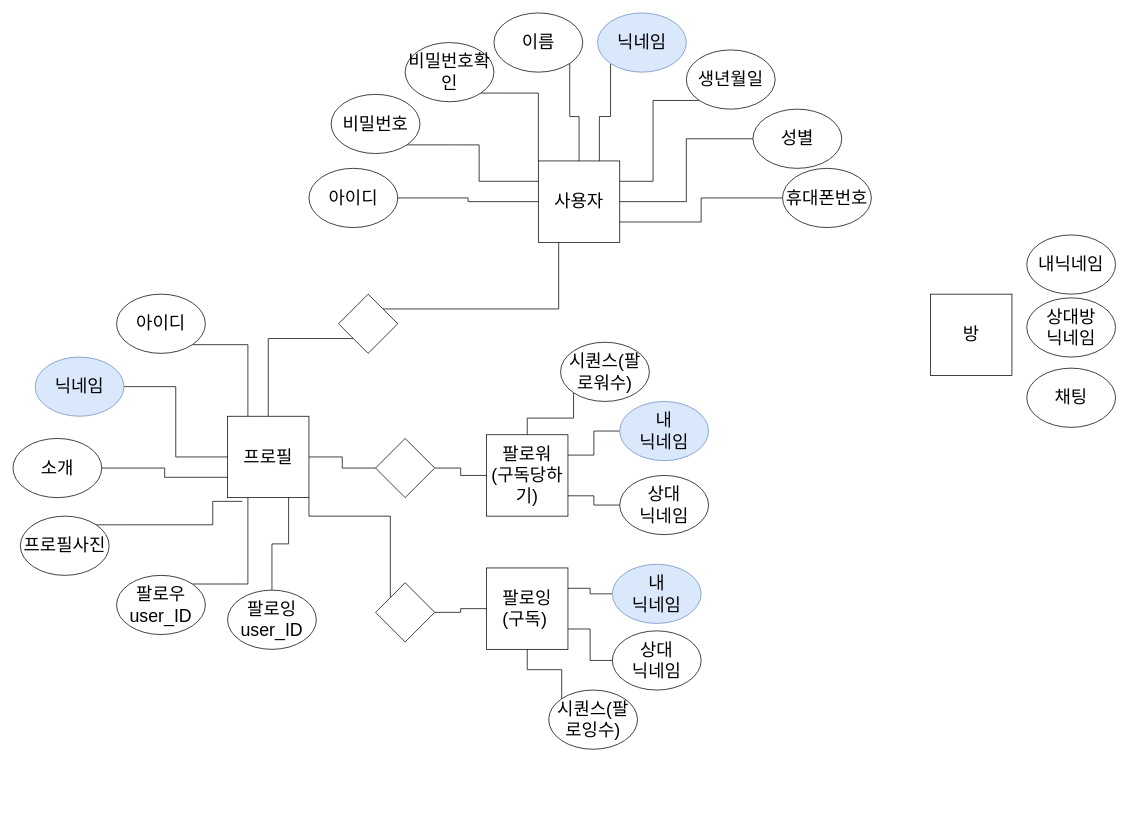
Before: Untitled Diagram.drawio in DHMaeng/DB, a draw.io diagram. Source tidied: cells renumbered, new cells numbered last; positions are measured from the earlier drawing's top-left corner, leaving out a move shared by most shapes. Both pictures are drawn from the tidied source at 74%, with x=0, y=0 at pixel (13, 13).
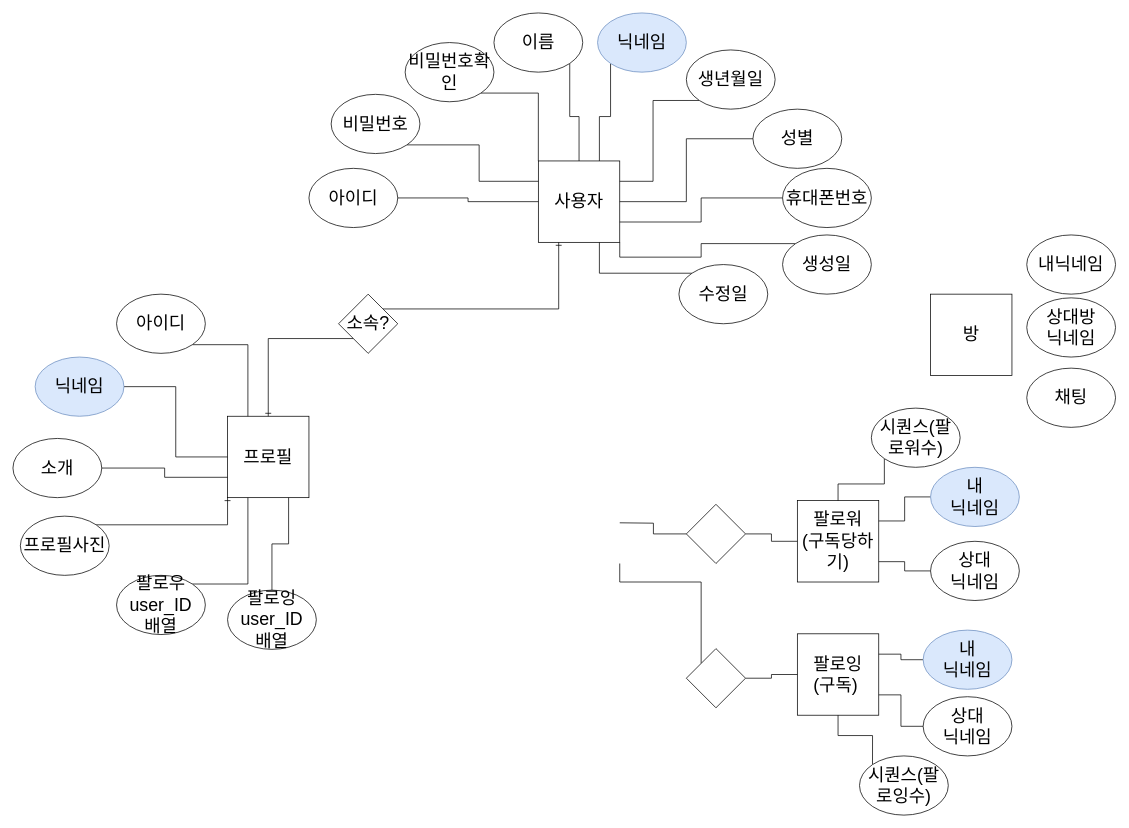
After the change.

Unchanged cells that the change refers to:
```xml
<mxCell id="2" value="&lt;span style=&quot;font-size: 24px&quot;&gt;사용자&lt;/span&gt;" style="whiteSpace=wrap;html=1;" parent="1" vertex="1">
  <mxGeometry x="710" y="200" width="110" height="110" as="geometry" />
</mxCell>
<mxCell id="21" value="&lt;span style=&quot;font-size: 24px&quot;&gt;프로필&lt;br&gt;&lt;/span&gt;" style="whiteSpace=wrap;html=1;" parent="1" vertex="1">
  <mxGeometry x="290" y="545" width="110" height="110" as="geometry" />
</mxCell>
<mxCell id="40" value="&lt;font style=&quot;font-size: 24px&quot;&gt;프로필사진&lt;/font&gt;" style="ellipse;whiteSpace=wrap;html=1;" parent="1" vertex="1">
  <mxGeometry x="10" y="680" width="120" height="80" as="geometry" />
</mxCell>
```

What changed in the source:
```diff
@@
-    <mxCell id="19" style="edgeStyle=orthogonalEdgeStyle;rounded=0;jettySize=auto;html=1;exitX=1;exitY=0.5;exitDx=0;exitDy=0;entryX=0;entryY=0.5;entryDx=0;entryDy=0;endArrow=none;endFill=0;" parent="1" edge="1" source="21" target="46">
-      <mxGeometry relative="1" as="geometry" />
-    </mxCell>
-    <mxCell id="20" style="edgeStyle=orthogonalEdgeStyle;rounded=0;jettySize=auto;html=1;exitX=1;exitY=1;exitDx=0;exitDy=0;entryX=0;entryY=0;entryDx=0;entryDy=0;endArrow=none;endFill=0;" parent="1" edge="1" source="21" target="48">
-      <mxGeometry relative="1" as="geometry">
-        <Array as="points">
-          <mxPoint x="400" y="680" />
-          <mxPoint x="510" y="680" />
-        </Array>
-      </mxGeometry>
-    </mxCell>
@@
-    <mxCell id="26" style="edgeStyle=orthogonalEdgeStyle;rounded=0;jettySize=auto;html=1;exitX=1;exitY=0;exitDx=0;exitDy=0;entryX=0.25;entryY=1;entryDx=0;entryDy=0;endArrow=none;endFill=0;" parent="1" edge="1" source="28" target="2">
+    <mxCell id="26" style="edgeStyle=orthogonalEdgeStyle;rounded=0;jettySize=auto;html=1;exitX=1;exitY=0;exitDx=0;exitDy=0;entryX=0.25;entryY=1;entryDx=0;entryDy=0;endArrow=ERone;endFill=0;" parent="1" edge="1" source="28" target="2">
       <mxGeometry relative="1" as="geometry" />
     </mxCell>
-    <mxCell id="27" style="edgeStyle=orthogonalEdgeStyle;rounded=0;jettySize=auto;html=1;exitX=0;exitY=1;exitDx=0;exitDy=0;entryX=0.5;entryY=0;entryDx=0;entryDy=0;endArrow=none;endFill=0;" parent="1" edge="1" source="28" target="21">
+    <mxCell id="27" style="edgeStyle=orthogonalEdgeStyle;rounded=0;jettySize=auto;html=1;exitX=0;exitY=1;exitDx=0;exitDy=0;entryX=0.5;entryY=0;entryDx=0;entryDy=0;endArrow=ERone;endFill=0;" parent="1" edge="1" source="28" target="21">
       <mxGeometry relative="1" as="geometry" />
     </mxCell>
-    <mxCell id="28" style="rhombus;whiteSpace=wrap;html=1;" parent="1" vertex="1">
+    <mxCell id="28" value="&lt;font style=&quot;font-size: 24px&quot;&gt;소속?&lt;/font&gt;" style="rhombus;whiteSpace=wrap;html=1;" parent="1" vertex="1">
       <mxGeometry x="440" y="380" width="80" height="80" as="geometry" />
     </mxCell>
-    <mxCell id="29" value="&lt;span style=&quot;font-size: 24px&quot;&gt;팔로워&lt;br&gt;(구독당하기)&lt;br&gt;&lt;/span&gt;" style="whiteSpace=wrap;html=1;" parent="1" vertex="1">
-      <mxGeometry x="640" y="570" width="110" height="110" as="geometry" />
-    </mxCell>
-    <mxCell id="30" value="&lt;div style=&quot;text-align: left&quot;&gt;&lt;span style=&quot;font-size: 24px&quot;&gt;팔로잉&lt;/span&gt;&lt;/div&gt;&lt;div style=&quot;text-align: left&quot;&gt;&lt;span style=&quot;font-size: 24px&quot;&gt;(구독)&lt;/span&gt;&lt;/div&gt;" style="whiteSpace=wrap;html=1;" parent="1" vertex="1">
-      <mxGeometry x="640" y="750" width="110" height="110" as="geometry" />
-    </mxCell>
-    <mxCell id="31" style="edgeStyle=orthogonalEdgeStyle;rounded=0;jettySize=auto;html=1;exitX=0;exitY=0.5;exitDx=0;exitDy=0;entryX=1;entryY=0.25;entryDx=0;entryDy=0;endArrow=none;endFill=0;" parent="1" edge="1" source="32" target="29">
-      <mxGeometry relative="1" as="geometry" />
-    </mxCell>
-    <mxCell id="32" value="&lt;span style=&quot;font-size: 24px&quot;&gt;내&lt;br&gt;닉네임&lt;/span&gt;" style="ellipse;whiteSpace=wrap;html=1;fillColor=#dae8fc;strokeColor=#6c8ebf;" parent="1" vertex="1">
-      <mxGeometry x="820" y="525" width="120" height="80" as="geometry" />
-    </mxCell>
-    <mxCell id="33" style="edgeStyle=orthogonalEdgeStyle;rounded=0;jettySize=auto;html=1;exitX=0;exitY=0.5;exitDx=0;exitDy=0;entryX=1;entryY=0.75;entryDx=0;entryDy=0;endArrow=none;endFill=0;" parent="1" edge="1" source="34" target="29">
-      <mxGeometry relative="1" as="geometry" />
-    </mxCell>
-    <mxCell id="34" value="&lt;span style=&quot;font-size: 24px&quot;&gt;상대&lt;br&gt;닉네임&lt;/span&gt;" style="ellipse;whiteSpace=wrap;html=1;" parent="1" vertex="1">
-      <mxGeometry x="820" y="625" width="120" height="80" as="geometry" />
-    </mxCell>
-    <mxCell id="35" style="edgeStyle=orthogonalEdgeStyle;rounded=0;jettySize=auto;html=1;exitX=0;exitY=0.5;exitDx=0;exitDy=0;entryX=1;entryY=0.25;entryDx=0;entryDy=0;endArrow=none;endFill=0;" parent="1" edge="1" source="36" target="30">
-      <mxGeometry relative="1" as="geometry" />
-    </mxCell>
-    <mxCell id="36" value="&lt;span style=&quot;font-size: 24px&quot;&gt;내&lt;br&gt;닉네임&lt;/span&gt;" style="ellipse;whiteSpace=wrap;html=1;fillColor=#dae8fc;strokeColor=#6c8ebf;" parent="1" vertex="1">
-      <mxGeometry x="810" y="745" width="120" height="80" as="geometry" />
-    </mxCell>
-    <mxCell id="37" style="edgeStyle=orthogonalEdgeStyle;rounded=0;jettySize=auto;html=1;exitX=0;exitY=0.5;exitDx=0;exitDy=0;entryX=1;entryY=0.75;entryDx=0;entryDy=0;endArrow=none;endFill=0;" parent="1" edge="1" source="38" target="30">
-      <mxGeometry relative="1" as="geometry" />
-    </mxCell>
-    <mxCell id="38" value="&lt;span style=&quot;font-size: 24px&quot;&gt;상대&lt;br&gt;닉네임&lt;/span&gt;" style="ellipse;whiteSpace=wrap;html=1;" parent="1" vertex="1">
-      <mxGeometry x="810" y="835" width="120" height="80" as="geometry" />
-    </mxCell>
-    <mxCell id="39" style="edgeStyle=orthogonalEdgeStyle;rounded=0;jettySize=auto;html=1;exitX=1;exitY=0;exitDx=0;exitDy=0;endArrow=none;endFill=0;" parent="1" edge="1" source="40">
-      <mxGeometry relative="1" as="geometry">
-        <mxPoint x="310" y="660" as="targetPoint" />
-        <Array as="points">
-          <mxPoint x="270" y="692" />
-          <mxPoint x="270" y="660" />
-        </Array>
-      </mxGeometry>
-    </mxCell>
+    <mxCell id="59" style="edgeStyle=orthogonalEdgeStyle;rounded=0;jettySize=auto;html=1;exitX=1;exitY=0;exitDx=0;exitDy=0;entryX=0;entryY=1;entryDx=0;entryDy=0;endArrow=ERone;endFill=0;" parent="1" edge="1" source="40" target="21">
+      <mxGeometry relative="1" as="geometry" />
+    </mxCell>
@@
-    <mxCell id="41" style="edgeStyle=orthogonalEdgeStyle;rounded=0;jettySize=auto;html=1;exitX=0;exitY=1;exitDx=0;exitDy=0;endArrow=none;endFill=0;entryX=0.5;entryY=0;entryDx=0;entryDy=0;" parent="1" edge="1" source="42" target="29">
-      <mxGeometry relative="1" as="geometry" />
-    </mxCell>
-    <mxCell id="42" value="&lt;span style=&quot;font-size: 24px&quot;&gt;시퀀스(팔로워수)&lt;/span&gt;" style="ellipse;whiteSpace=wrap;html=1;" parent="1" vertex="1">
-      <mxGeometry x="740" y="445" width="120" height="80" as="geometry" />
-    </mxCell>
-    <mxCell id="43" style="edgeStyle=orthogonalEdgeStyle;rounded=0;jettySize=auto;html=1;exitX=0;exitY=0;exitDx=0;exitDy=0;entryX=0.5;entryY=1;entryDx=0;entryDy=0;endArrow=none;endFill=0;" parent="1" edge="1" source="44" target="30">
-      <mxGeometry relative="1" as="geometry" />
-    </mxCell>
-    <mxCell id="44" value="&lt;span style=&quot;font-size: 24px&quot;&gt;시퀀스(팔로잉수)&lt;/span&gt;" style="ellipse;whiteSpace=wrap;html=1;" parent="1" vertex="1">
-      <mxGeometry x="724" y="915" width="120" height="80" as="geometry" />
-    </mxCell>
-    <mxCell id="45" style="edgeStyle=orthogonalEdgeStyle;rounded=0;jettySize=auto;html=1;exitX=1;exitY=0.5;exitDx=0;exitDy=0;entryX=0;entryY=0.5;entryDx=0;entryDy=0;endArrow=none;endFill=0;" parent="1" edge="1" source="46" target="29">
-      <mxGeometry relative="1" as="geometry" />
-    </mxCell>
-    <mxCell id="46" style="rhombus;whiteSpace=wrap;html=1;" parent="1" vertex="1">
-      <mxGeometry x="490" y="575" width="80" height="80" as="geometry" />
-    </mxCell>
-    <mxCell id="47" style="edgeStyle=orthogonalEdgeStyle;rounded=0;jettySize=auto;html=1;exitX=1;exitY=0.5;exitDx=0;exitDy=0;entryX=0;entryY=0.5;entryDx=0;entryDy=0;endArrow=none;endFill=0;" parent="1" edge="1" source="48" target="30">
-      <mxGeometry relative="1" as="geometry" />
-    </mxCell>
-    <mxCell id="48" style="rhombus;whiteSpace=wrap;html=1;" parent="1" vertex="1">
-      <mxGeometry x="490" y="770" width="80" height="80" as="geometry" />
-    </mxCell>
@@
-    <mxCell id="56" value="&lt;span style=&quot;font-size: 24px&quot;&gt;팔로우 user_ID&lt;/span&gt;" style="ellipse;whiteSpace=wrap;html=1;" parent="1" vertex="1">
+    <mxCell id="56" value="&lt;span style=&quot;font-size: 24px&quot;&gt;팔로우 user_ID&lt;br&gt;배열&lt;br&gt;&lt;/span&gt;" style="ellipse;whiteSpace=wrap;html=1;" parent="1" vertex="1">
       <mxGeometry x="140" y="760" width="120" height="80" as="geometry" />
     </mxCell>
@@
-    <mxCell id="58" value="&lt;span style=&quot;font-size: 24px&quot;&gt;팔로잉 user_ID&lt;/span&gt;" style="ellipse;whiteSpace=wrap;html=1;" parent="1" vertex="1">
+    <mxCell id="58" value="&lt;span style=&quot;font-size: 24px&quot;&gt;팔로잉 user_ID&lt;br&gt;배열&lt;br&gt;&lt;/span&gt;" style="ellipse;whiteSpace=wrap;html=1;" parent="1" vertex="1">
       <mxGeometry x="290" y="780" width="120" height="80" as="geometry" />
     </mxCell>
+    <mxCell id="60" style="edgeStyle=orthogonalEdgeStyle;rounded=0;jettySize=auto;html=1;exitX=1;exitY=0.5;exitDx=0;exitDy=0;entryX=0;entryY=0.5;entryDx=0;entryDy=0;endArrow=none;endFill=0;" parent="1" edge="1" target="71">
+      <mxGeometry relative="1" as="geometry">
+        <mxPoint x="820" y="689" as="sourcePoint" />
+      </mxGeometry>
+    </mxCell>
+    <mxCell id="61" style="edgeStyle=orthogonalEdgeStyle;rounded=0;jettySize=auto;html=1;exitX=1;exitY=1;exitDx=0;exitDy=0;entryX=0;entryY=0;entryDx=0;entryDy=0;endArrow=none;endFill=0;" parent="1" edge="1" target="73">
+      <mxGeometry relative="1" as="geometry">
+        <mxPoint x="820" y="744" as="sourcePoint" />
+        <Array as="points">
+          <mxPoint x="820" y="769" />
+          <mxPoint x="930" y="769" />
+        </Array>
+      </mxGeometry>
+    </mxCell>
+    <mxCell id="29" value="&lt;span style=&quot;font-size: 24px&quot;&gt;팔로워&lt;br&gt;(구독당하기)&lt;br&gt;&lt;/span&gt;" style="whiteSpace=wrap;html=1;" parent="1" vertex="1">
+      <mxGeometry x="1060" y="659" width="110" height="110" as="geometry" />
+    </mxCell>
+    <mxCell id="30" value="&lt;div style=&quot;text-align: left&quot;&gt;&lt;span style=&quot;font-size: 24px&quot;&gt;팔로잉&lt;/span&gt;&lt;/div&gt;&lt;div style=&quot;text-align: left&quot;&gt;&lt;span style=&quot;font-size: 24px&quot;&gt;(구독)&lt;/span&gt;&lt;/div&gt;" style="whiteSpace=wrap;html=1;" parent="1" vertex="1">
+      <mxGeometry x="1060" y="839" width="110" height="110" as="geometry" />
+    </mxCell>
+    <mxCell id="62" style="edgeStyle=orthogonalEdgeStyle;rounded=0;jettySize=auto;html=1;exitX=0;exitY=0.5;exitDx=0;exitDy=0;entryX=1;entryY=0.25;entryDx=0;entryDy=0;endArrow=none;endFill=0;" parent="1" edge="1" source="63" target="29">
+      <mxGeometry relative="1" as="geometry" />
+    </mxCell>
+    <mxCell id="63" value="&lt;span style=&quot;font-size: 24px&quot;&gt;내&lt;br&gt;닉네임&lt;/span&gt;" style="ellipse;whiteSpace=wrap;html=1;fillColor=#dae8fc;strokeColor=#6c8ebf;" parent="1" vertex="1">
+      <mxGeometry x="1240" y="614" width="120" height="80" as="geometry" />
+    </mxCell>
+    <mxCell id="64" style="edgeStyle=orthogonalEdgeStyle;rounded=0;jettySize=auto;html=1;exitX=0;exitY=0.5;exitDx=0;exitDy=0;entryX=1;entryY=0.75;entryDx=0;entryDy=0;endArrow=none;endFill=0;" parent="1" edge="1" source="65" target="29">
+      <mxGeometry relative="1" as="geometry" />
+    </mxCell>
+    <mxCell id="65" value="&lt;span style=&quot;font-size: 24px&quot;&gt;상대&lt;br&gt;닉네임&lt;/span&gt;" style="ellipse;whiteSpace=wrap;html=1;" parent="1" vertex="1">
+      <mxGeometry x="1240" y="714" width="120" height="80" as="geometry" />
+    </mxCell>
+    <mxCell id="66" style="edgeStyle=orthogonalEdgeStyle;rounded=0;jettySize=auto;html=1;exitX=0;exitY=0.5;exitDx=0;exitDy=0;entryX=1;entryY=0.25;entryDx=0;entryDy=0;endArrow=none;endFill=0;" parent="1" edge="1" source="67" target="30">
+      <mxGeometry relative="1" as="geometry" />
+    </mxCell>
+    <mxCell id="67" value="&lt;span style=&quot;font-size: 24px&quot;&gt;내&lt;br&gt;닉네임&lt;/span&gt;" style="ellipse;whiteSpace=wrap;html=1;fillColor=#dae8fc;strokeColor=#6c8ebf;" parent="1" vertex="1">
+      <mxGeometry x="1230" y="834" width="120" height="80" as="geometry" />
+    </mxCell>
+    <mxCell id="68" style="edgeStyle=orthogonalEdgeStyle;rounded=0;jettySize=auto;html=1;exitX=0;exitY=0.5;exitDx=0;exitDy=0;entryX=1;entryY=0.75;entryDx=0;entryDy=0;endArrow=none;endFill=0;" parent="1" edge="1" source="69" target="30">
+      <mxGeometry relative="1" as="geometry" />
+    </mxCell>
+    <mxCell id="69" value="&lt;span style=&quot;font-size: 24px&quot;&gt;상대&lt;br&gt;닉네임&lt;/span&gt;" style="ellipse;whiteSpace=wrap;html=1;" parent="1" vertex="1">
+      <mxGeometry x="1230" y="924" width="120" height="80" as="geometry" />
+    </mxCell>
+    <mxCell id="41" style="edgeStyle=orthogonalEdgeStyle;rounded=0;jettySize=auto;html=1;exitX=0;exitY=1;exitDx=0;exitDy=0;endArrow=none;endFill=0;entryX=0.5;entryY=0;entryDx=0;entryDy=0;" parent="1" edge="1" source="42" target="29">
+      <mxGeometry relative="1" as="geometry" />
+    </mxCell>
+    <mxCell id="42" value="&lt;span style=&quot;font-size: 24px&quot;&gt;시퀀스(팔로워수)&lt;/span&gt;" style="ellipse;whiteSpace=wrap;html=1;" parent="1" vertex="1">
+      <mxGeometry x="1160" y="534" width="120" height="80" as="geometry" />
+    </mxCell>
+    <mxCell id="43" style="edgeStyle=orthogonalEdgeStyle;rounded=0;jettySize=auto;html=1;exitX=0;exitY=0;exitDx=0;exitDy=0;entryX=0.5;entryY=1;entryDx=0;entryDy=0;endArrow=none;endFill=0;" parent="1" edge="1" source="44" target="30">
+      <mxGeometry relative="1" as="geometry" />
+    </mxCell>
+    <mxCell id="44" value="&lt;span style=&quot;font-size: 24px&quot;&gt;시퀀스(팔로잉수)&lt;/span&gt;" style="ellipse;whiteSpace=wrap;html=1;" parent="1" vertex="1">
+      <mxGeometry x="1144" y="1004" width="120" height="80" as="geometry" />
+    </mxCell>
+    <mxCell id="70" style="edgeStyle=orthogonalEdgeStyle;rounded=0;jettySize=auto;html=1;exitX=1;exitY=0.5;exitDx=0;exitDy=0;entryX=0;entryY=0.5;entryDx=0;entryDy=0;endArrow=none;endFill=0;" parent="1" edge="1" source="71" target="29">
+      <mxGeometry relative="1" as="geometry" />
+    </mxCell>
+    <mxCell id="71" style="rhombus;whiteSpace=wrap;html=1;" parent="1" vertex="1">
+      <mxGeometry x="910" y="664" width="80" height="80" as="geometry" />
+    </mxCell>
+    <mxCell id="72" style="edgeStyle=orthogonalEdgeStyle;rounded=0;jettySize=auto;html=1;exitX=1;exitY=0.5;exitDx=0;exitDy=0;entryX=0;entryY=0.5;entryDx=0;entryDy=0;endArrow=none;endFill=0;" parent="1" edge="1" source="73" target="30">
+      <mxGeometry relative="1" as="geometry" />
+    </mxCell>
+    <mxCell id="73" style="rhombus;whiteSpace=wrap;html=1;" parent="1" vertex="1">
+      <mxGeometry x="910" y="859" width="80" height="80" as="geometry" />
+    </mxCell>
+    <mxCell id="74" style="edgeStyle=orthogonalEdgeStyle;rounded=0;jettySize=auto;html=1;exitX=0;exitY=0;exitDx=0;exitDy=0;entryX=1;entryY=1;entryDx=0;entryDy=0;endArrow=none;endFill=0;" parent="1" edge="1" source="75" target="2">
+      <mxGeometry relative="1" as="geometry" />
+    </mxCell>
+    <mxCell id="75" value="&lt;span style=&quot;font-size: 24px&quot;&gt;생성일&lt;/span&gt;" style="ellipse;whiteSpace=wrap;html=1;" parent="1" vertex="1">
+      <mxGeometry x="1040" y="300" width="120" height="80" as="geometry" />
+    </mxCell>
+    <mxCell id="76" style="edgeStyle=orthogonalEdgeStyle;rounded=0;jettySize=auto;html=1;exitX=0;exitY=0;exitDx=0;exitDy=0;entryX=0.75;entryY=1;entryDx=0;entryDy=0;endArrow=none;endFill=0;" parent="1" edge="1" source="77" target="2">
+      <mxGeometry relative="1" as="geometry" />
+    </mxCell>
+    <mxCell id="77" value="&lt;span style=&quot;font-size: 24px&quot;&gt;수정일&lt;/span&gt;" style="ellipse;whiteSpace=wrap;html=1;" parent="1" vertex="1">
+      <mxGeometry x="900" y="340" width="120" height="80" as="geometry" />
+    </mxCell>
```
